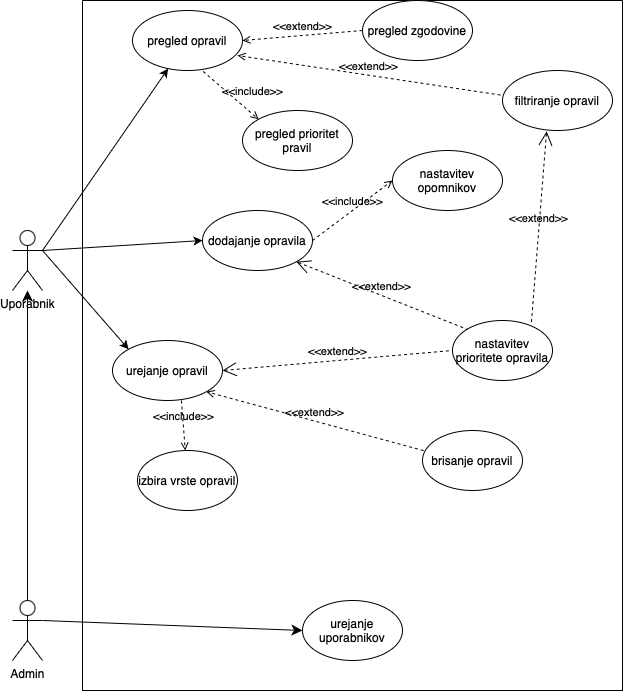
Before: ToDoApp/data/DPU.drawio.png, a diagram exported from draw.io (jernejjerot/ZagotavljanjeKakovostiToDo). Source tidied: cells renumbered, new cells last; positions are measured from the earlier drawing's top-left corner, leaving out a move shared by most shapes.
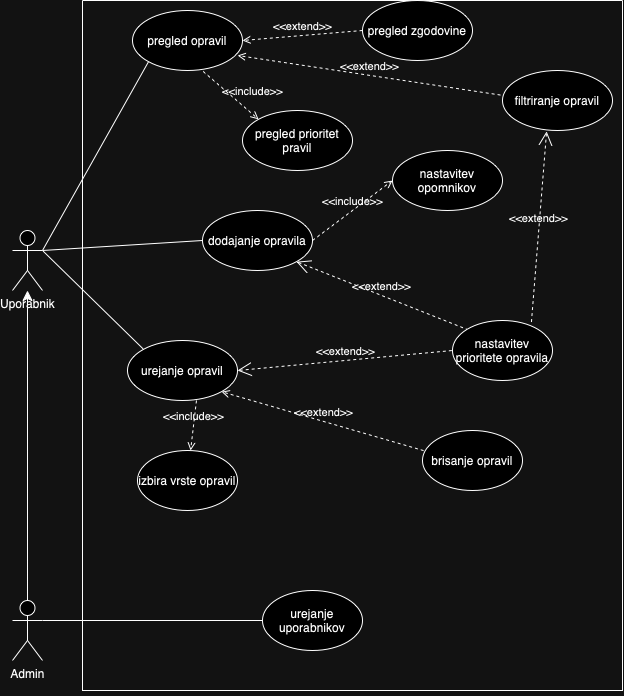
After the change.

Change to the diagram source:
```diff
@@ -18,7 +18,7 @@
       <mxGeometry x="280" width="110" height="60" as="geometry" />
     </mxCell>
     <mxCell id="7" value="urejanje opravil" style="ellipse;whiteSpace=wrap;html=1;" parent="2" vertex="1">
-      <mxGeometry x="30" y="340" width="110" height="60" as="geometry" />
+      <mxGeometry x="45" y="340" width="110" height="60" as="geometry" />
     </mxCell>
     <mxCell id="8" value="filtriranje opravil" style="ellipse;whiteSpace=wrap;html=1;" parent="2" vertex="1">
       <mxGeometry x="420" y="70" width="110" height="60" as="geometry" />
@@ -36,7 +36,7 @@
       <mxGeometry relative="1" as="geometry" />
     </mxCell>
     <mxCell id="13" value="urejanje uporabnikov" style="ellipse;whiteSpace=wrap;html=1;" parent="2" vertex="1">
-      <mxGeometry x="220" y="600" width="100" height="60" as="geometry" />
+      <mxGeometry x="180" y="590" width="100" height="60" as="geometry" />
     </mxCell>
     <mxCell id="14" value="&amp;lt;&amp;lt;extend&amp;gt;&amp;gt;" style="html=1;verticalAlign=bottom;labelBackgroundColor=none;endArrow=open;endFill=0;dashed=1;exitX=0;exitY=0.5;exitDx=0;exitDy=0;entryX=1;entryY=0.5;entryDx=0;entryDy=0;" parent="2" edge="1" source="6" target="5">
       <mxGeometry relative="1" as="geometry" />
@@ -65,26 +65,30 @@
     <mxCell id="22" value="&amp;lt;&amp;lt;include&amp;gt;&amp;gt;" style="html=1;verticalAlign=bottom;labelBackgroundColor=none;endArrow=open;endFill=0;dashed=1;rounded=0;exitX=0.642;exitY=1.015;exitDx=0;exitDy=0;exitPerimeter=0;entryX=0;entryY=0;entryDx=0;entryDy=0;" parent="2" edge="1" source="5" target="21">
       <mxGeometry x="0.54" y="10" relative="1" as="geometry" />
     </mxCell>
-    <mxCell id="23" style="edgeStyle=none;html=1;exitX=1;exitY=0.3333333333333333;exitDx=0;exitDy=0;exitPerimeter=0;entryX=0;entryY=0.5;entryDx=0;entryDy=0;" parent="1" edge="1" source="26" target="3">
-      <mxGeometry relative="1" as="geometry" />
-    </mxCell>
-    <mxCell id="24" style="edgeStyle=none;html=1;exitX=1;exitY=0.3333333333333333;exitDx=0;exitDy=0;exitPerimeter=0;" parent="1" edge="1" source="26" target="5">
-      <mxGeometry relative="1" as="geometry" />
-    </mxCell>
-    <mxCell id="25" style="edgeStyle=none;html=1;exitX=1;exitY=0.3333333333333333;exitDx=0;exitDy=0;exitPerimeter=0;entryX=0;entryY=0;entryDx=0;entryDy=0;" parent="1" edge="1" source="26" target="7">
-      <mxGeometry relative="1" as="geometry" />
-    </mxCell>
     <mxCell id="26" value="Uporabnik&lt;br&gt;" style="shape=umlActor;verticalLabelPosition=bottom;verticalAlign=top;html=1;outlineConnect=0;" parent="1" vertex="1">
       <mxGeometry y="230" width="30" height="60" as="geometry" />
     </mxCell>
     <mxCell id="27" style="edgeStyle=none;curved=1;rounded=0;jettySize=auto;html=1;exitX=0.5;exitY=0;exitDx=0;exitDy=0;exitPerimeter=0;fontSize=12;startSize=8;endSize=8;" parent="1" edge="1" source="29" target="26">
       <mxGeometry relative="1" as="geometry" />
     </mxCell>
-    <mxCell id="28" style="edgeStyle=none;curved=1;rounded=0;jettySize=auto;html=1;exitX=1;exitY=0.3333333333333333;exitDx=0;exitDy=0;exitPerimeter=0;entryX=0;entryY=0.5;entryDx=0;entryDy=0;fontSize=12;startSize=8;endSize=8;" parent="1" edge="1" source="29" target="13">
-      <mxGeometry relative="1" as="geometry" />
-    </mxCell>
     <mxCell id="29" value="Admin&lt;div&gt;&lt;br&gt;&lt;/div&gt;" style="shape=umlActor;verticalLabelPosition=bottom;verticalAlign=top;html=1;outlineConnect=0;" parent="1" vertex="1">
       <mxGeometry y="600" width="30" height="60" as="geometry" />
     </mxCell>
+    <mxCell id="30" style="endArrow=none;html=1;rounded=0;entryX=1;entryY=0.3333333333333333;entryDx=0;entryDy=0;entryPerimeter=0;exitX=0;exitY=0;exitDx=0;exitDy=0;" parent="1" edge="1" source="7" target="26">
+      <mxGeometry relative="1" as="geometry" />
+    </mxCell>
+    <mxCell id="31" style="endArrow=none;html=1;rounded=0;entryX=1;entryY=0.3333333333333333;entryDx=0;entryDy=0;entryPerimeter=0;exitX=0;exitY=0.5;exitDx=0;exitDy=0;" parent="1" edge="1" source="3" target="26">
+      <mxGeometry relative="1" as="geometry" />
+    </mxCell>
+    <mxCell id="32" style="endArrow=none;html=1;rounded=0;entryX=1;entryY=0.3333333333333333;entryDx=0;entryDy=0;entryPerimeter=0;exitX=0;exitY=1;exitDx=0;exitDy=0;" parent="1" edge="1" source="5" target="26">
+      <mxGeometry relative="1" as="geometry" />
+    </mxCell>
+    <mxCell id="33" style="endArrow=none;html=1;rounded=0;entryX=1;entryY=0.3333333333333333;entryDx=0;entryDy=0;entryPerimeter=0;exitX=0;exitY=0.5;exitDx=0;exitDy=0;" parent="1" edge="1" source="13" target="29">
+      <mxGeometry relative="1" as="geometry">
+        <Array as="points">
+          <mxPoint x="170" y="620" />
+        </Array>
+      </mxGeometry>
+    </mxCell>
   </root>
 </mxGraphModel>
```
